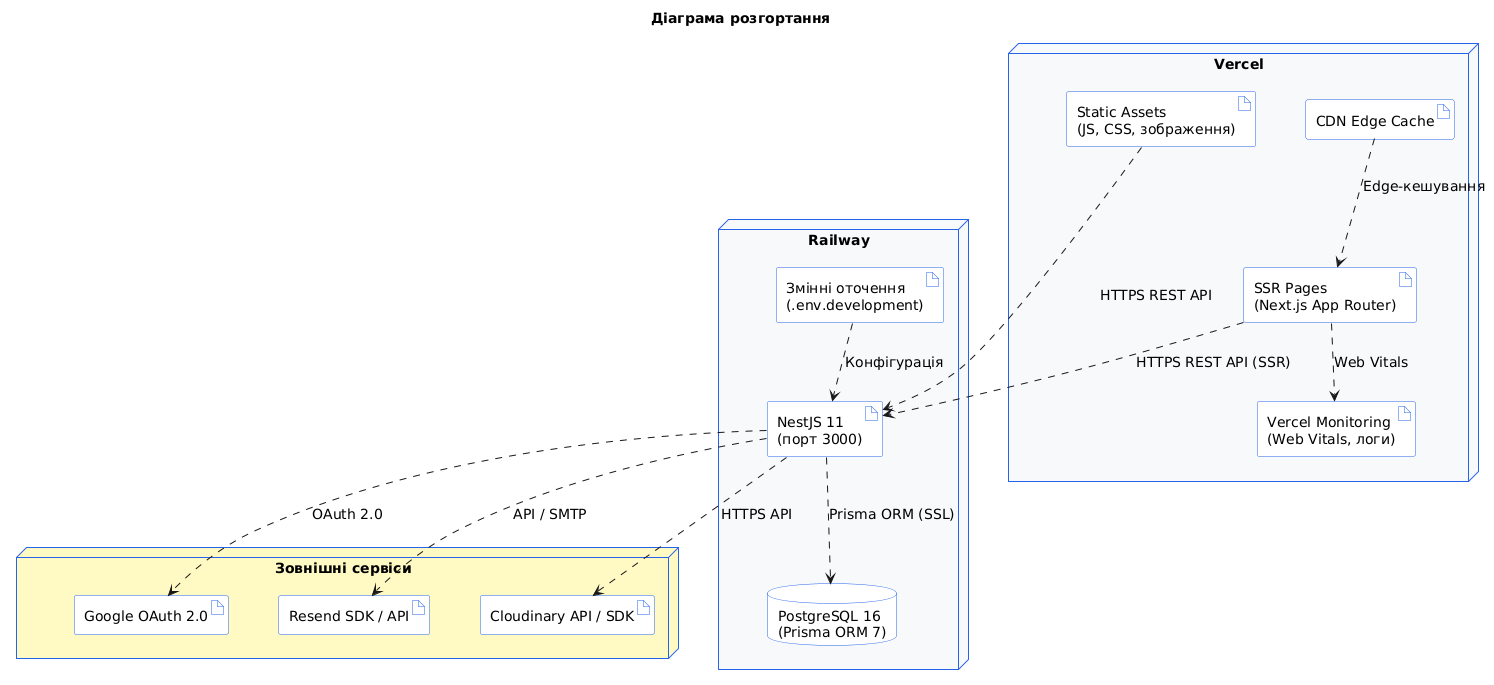
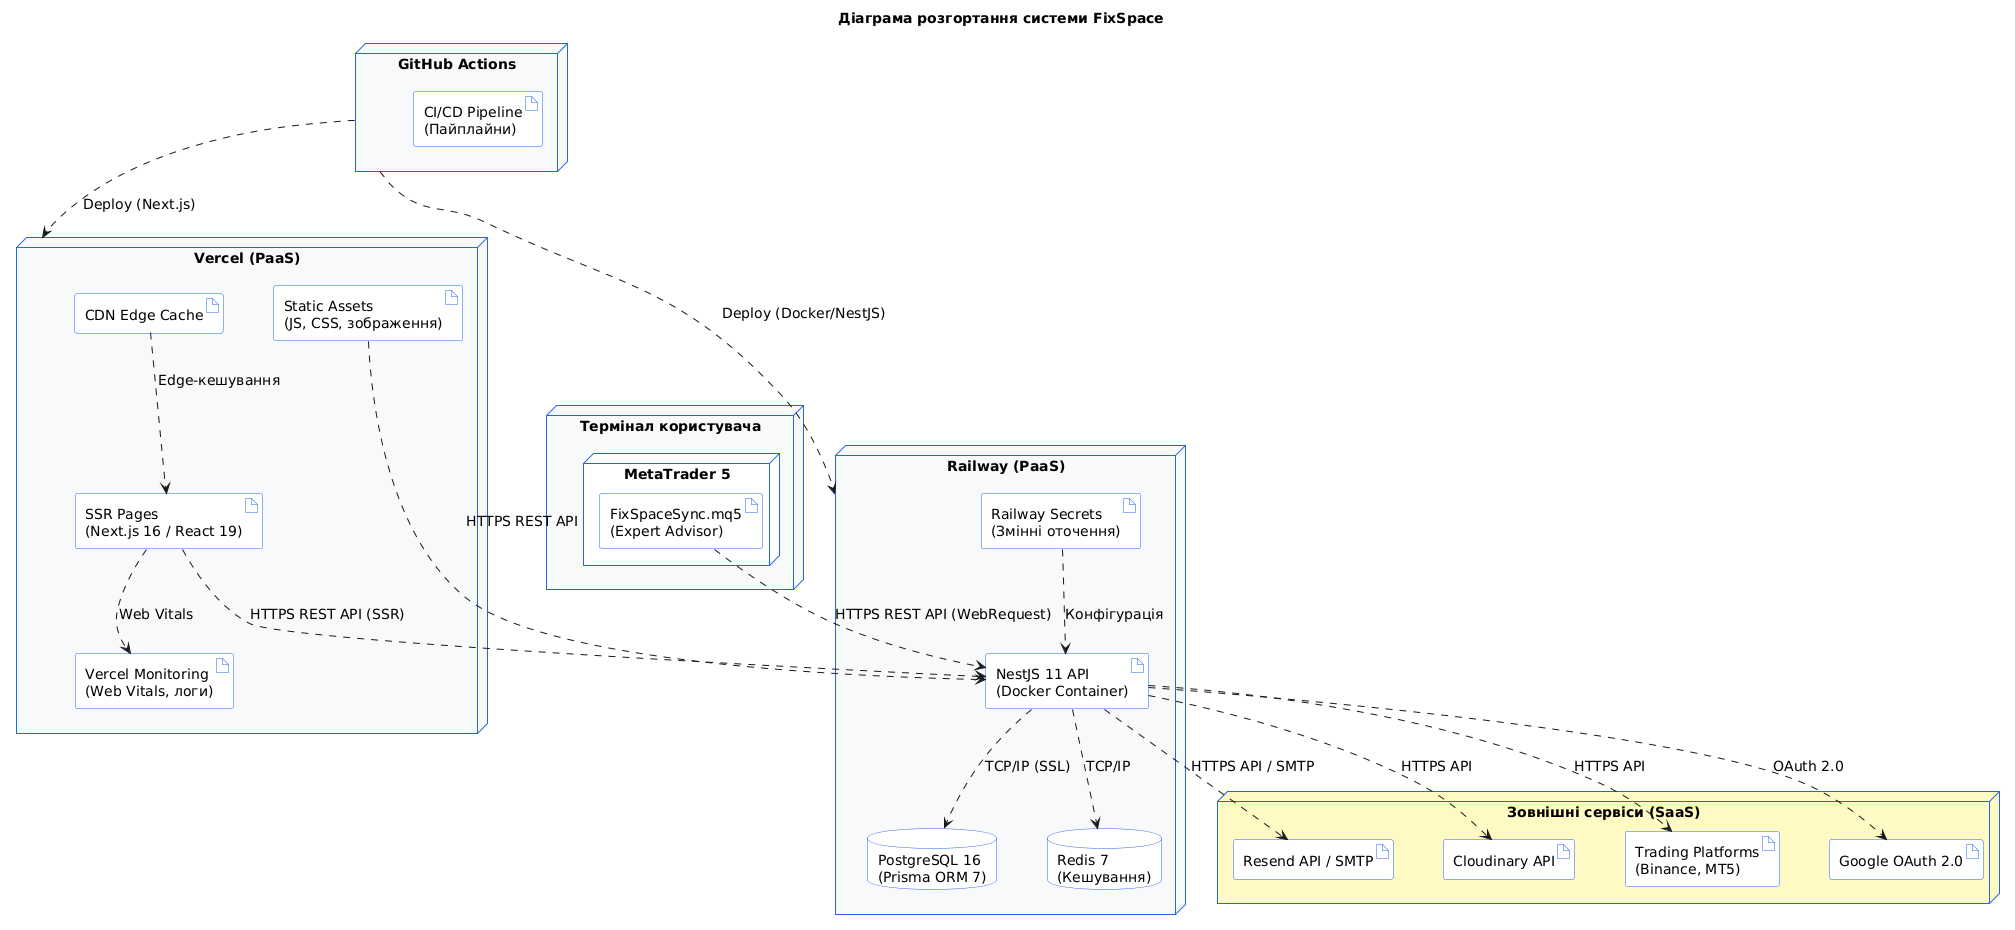
@startuml Deployment

skinparam backgroundColor #FFFFFF
skinparam shadowing false
skinparam packageStyle rectangle
skinparam defaultFontName "DejaVu Sans"
skinparam defaultFontSize 14
skinparam nodesep 50
skinparam ranksep 60

skinparam nodeBackgroundColor #FFFFFF
skinparam nodeBorderColor #2563eb
skinparam nodeArrowColor #2563eb
skinparam artifactBackgroundColor #FFFFFF
skinparam artifactBorderColor #2563eb
skinparam databaseBackgroundColor #FFFFFF
skinparam databaseBorderColor #2563eb

top to bottom direction

- title Діаграма розгортання
+ title Діаграма розгортання системи FixSpace

- node "Vercel" as Vercel_Node #F8F9FA {
+ node "GitHub Actions" as GitHub #F8F9FA {
+   artifact "CI/CD Pipeline\n(Пайплайни)" as Pipeline
+ }
+ 
+ node "Vercel (PaaS)" as Vercel_Node #F8F9FA {
  artifact "Static Assets\n(JS, CSS, зображення)" as Static
-   artifact "SSR Pages\n(Next.js App Router)" as SSR
+   artifact "SSR Pages\n(Next.js 16 / React 19)" as SSR
  artifact "CDN Edge Cache" as CDN
  artifact "Vercel Monitoring\n(Web Vitals, логи)" as Monitor
}

- node "Railway" as Railway_Node #F8F9FA {
-   artifact "NestJS 11\n(порт 3000)" as NestJS
-   artifact "Змінні оточення\n(.env.development)" as Env
+ node "Railway (PaaS)" as Railway_Node #F8F9FA {
+   artifact "NestJS 11 API\n(Docker Container)" as NestJS
  database "PostgreSQL 16\n(Prisma ORM 7)" as PgDB
+   database "Redis 7\n(Кешування)" as Redis
+   artifact "Railway Secrets\n(Змінні оточення)" as Env
}

- node "Зовнішні сервіси" as Ext_Node #FFF9C4 {
+ node "Зовнішні сервіси (SaaS)" as Ext_Node #FFF9C4 {
  artifact "Google OAuth 2.0" as Google
-   artifact "Resend SDK / API" as Resend
-   artifact "Cloudinary API / SDK" as Cloudinary
+   artifact "Resend API / SMTP" as Resend
+   artifact "Cloudinary API" as Cloudinary
+   artifact "Trading Platforms\n(Binance, MT5)" as Trading
}

- Vercel_Node -[hidden]down-> Railway_Node
- Railway_Node -[hidden]right-> Ext_Node
+ node "Термінал користувача" as User_Terminal #F8F9FA {
+   node "MetaTrader 5" as MT5 {
+     artifact "FixSpaceSync.mq5\n(Expert Advisor)" as EA
+   }
+ }
+ 
+ GitHub ..> Vercel_Node : Deploy (Next.js)
+ GitHub ..> Railway_Node : Deploy (Docker/NestJS)

Static ..> NestJS : HTTPS REST API
SSR ..> NestJS : HTTPS REST API (SSR)
CDN ..> SSR : Edge-кешування

- NestJS ..> PgDB : Prisma ORM (SSL)
- NestJS ..> Resend : API / SMTP
+ NestJS ..> PgDB : TCP/IP (SSL)
+ NestJS ..> Redis : TCP/IP
+ NestJS ..> Resend : HTTPS API / SMTP
NestJS ..> Google : OAuth 2.0
NestJS ..> Cloudinary : HTTPS API
+ NestJS ..> Trading : HTTPS API
+ 
+ EA ..> NestJS : HTTPS REST API (WebRequest)

SSR ..> Monitor : Web Vitals
- 
Env ..> NestJS : Конфігурація

@enduml
